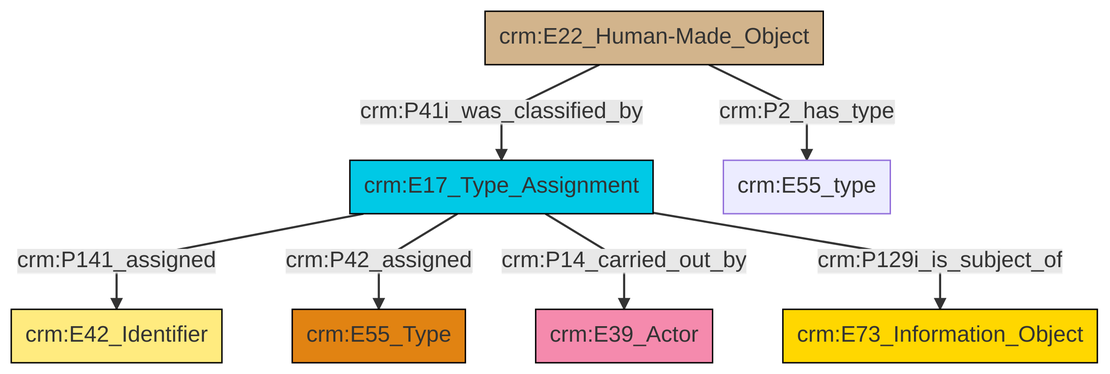
Earlier version of the Mermaid export et/builtWorkCSV/ttl/mmd/png/Built_Work_designation_status.png (swiss-art-research-net/docs.swissartresearch). Its source is kept beside it as et/builtWorkCSV/ttl/mmd/Built_Work_designation_status.ttl.mmd.
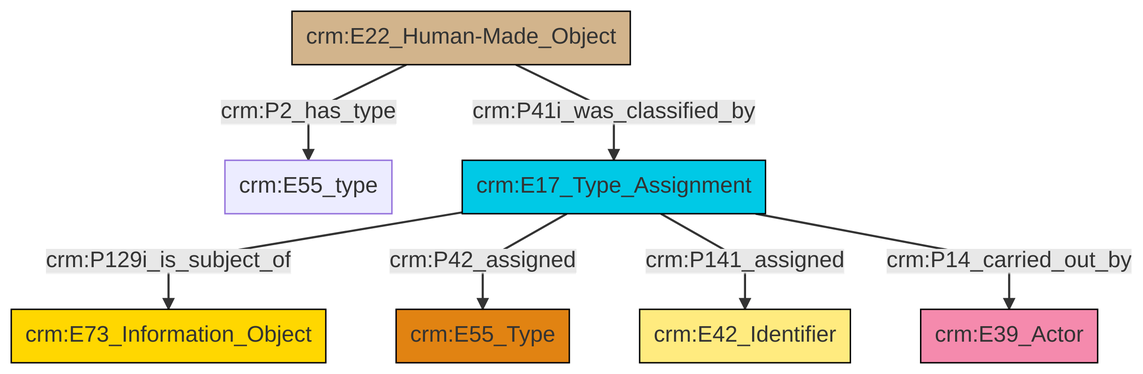
Above is the later version.

What changed in the source:
```diff
@@ -13,9 +13,9 @@
 classDef PC_Classes fill:#4ce600, stroke:#000000;
 classDef Multi fill:#cccccc,stroke:#000000;
 
-2["crm:E17_Type_Assignment"]:::Temporal_Entity -->|crm:P141_assigned| 3["crm:E42_Identifier"]:::Appellation
-2["crm:E17_Type_Assignment"]:::Temporal_Entity -->|crm:P42_assigned| 0["crm:E55_Type"]:::Type
-5["crm:E22_Human-Made_Object"]:::Physical_Thing -->|crm:P41i_was_classified_by| 2["crm:E17_Type_Assignment"]:::Temporal_Entity
-2["crm:E17_Type_Assignment"]:::Temporal_Entity -->|crm:P14_carried_out_by| 9["crm:E39_Actor"]:::Actor
-5["crm:E22_Human-Made_Object"]:::Physical_Thing -->|crm:P2_has_type| 7["crm:E55_type"]:::Default
-2["crm:E17_Type_Assignment"]:::Temporal_Entity -->|crm:P129i_is_subject_of| 11["crm:E73_Information_Object"]:::Conceptual_Object
+2["crm:E22_Human-Made_Object"]:::Physical_Thing -->|crm:P2_has_type| 3["crm:E55_type"]:::Default
+4["crm:E17_Type_Assignment"]:::Temporal_Entity -->|crm:P129i_is_subject_of| 5["crm:E73_Information_Object"]:::Conceptual_Object
+4["crm:E17_Type_Assignment"]:::Temporal_Entity -->|crm:P42_assigned| 6["crm:E55_Type"]:::Type
+4["crm:E17_Type_Assignment"]:::Temporal_Entity -->|crm:P141_assigned| 7["crm:E42_Identifier"]:::Appellation
+2["crm:E22_Human-Made_Object"]:::Physical_Thing -->|crm:P41i_was_classified_by| 4["crm:E17_Type_Assignment"]:::Temporal_Entity
+4["crm:E17_Type_Assignment"]:::Temporal_Entity -->|crm:P14_carried_out_by| 0["crm:E39_Actor"]:::Actor
```
